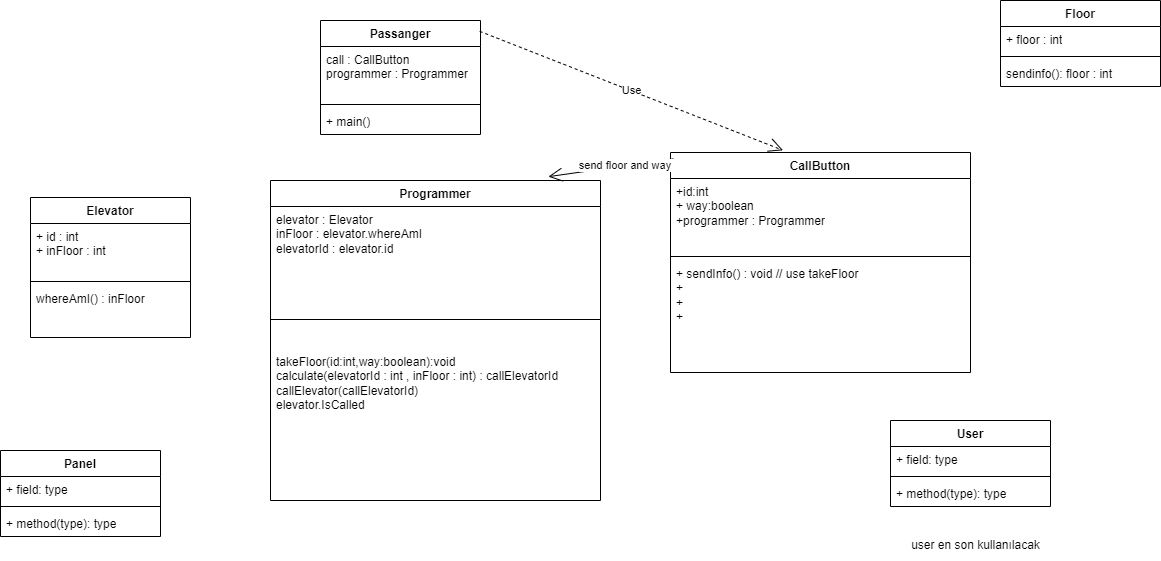
This is elevator similation.drawio.png from orhanozyurtt/UML-FILES, a draw.io export, as it was before one commit. Source tidied: cells renumbered, new cells last; positions are measured from the earlier drawing's top-left corner, leaving out a move shared by most shapes.
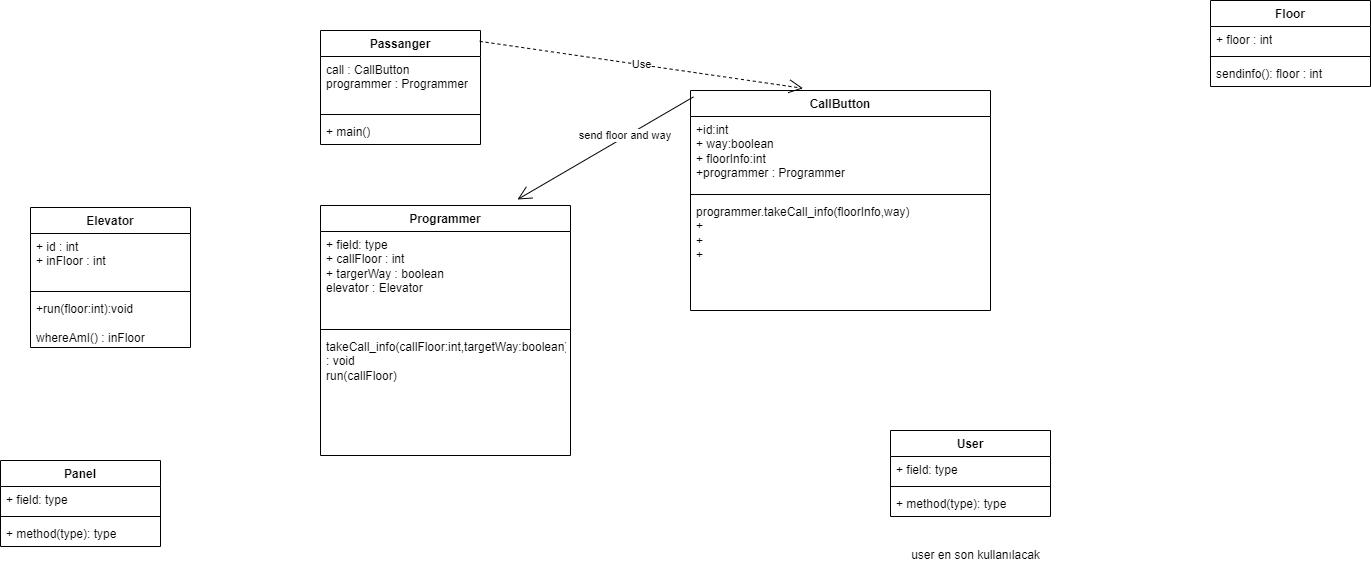
After the commit.

The edit, as a diff of the source:
```diff
@@ -2,18 +2,6 @@
   <root>
     <mxCell id="0" />
     <mxCell id="1" parent="0" />
-    <mxCell id="2" value="Programmer" style="swimlane;fontStyle=1;align=center;verticalAlign=top;horizontal=1;startSize=26;whiteSpace=wrap;html=1;" parent="1" vertex="1">
-      <mxGeometry x="270" y="180" width="330" height="320" as="geometry" />
-    </mxCell>
-    <mxCell id="3" value="elevator : Elevator&lt;br&gt;inFloor : elevator.whereAmI&lt;br&gt;elevatorId : elevator.id" style="text;strokeColor=none;fillColor=none;align=left;verticalAlign=top;spacingLeft=4;spacingRight=4;overflow=hidden;whiteSpace=wrap;html=1;" parent="2" vertex="1">
-      <mxGeometry y="26" width="330" height="84" as="geometry" />
-    </mxCell>
-    <mxCell id="4" style="line;strokeWidth=1;fillColor=none;align=left;verticalAlign=middle;spacingTop=-1;spacingLeft=3;spacingRight=3;labelPosition=right;strokeColor=inherit;" parent="2" vertex="1">
-      <mxGeometry y="110" width="330" height="58" as="geometry" />
-    </mxCell>
-    <mxCell id="5" value="takeFloor(id:int,way:boolean):void&lt;br&gt;calculate(elevatorId : int , inFloor : int) : callElevatorId&lt;br&gt;callElevator(callElevatorId)&lt;br&gt;elevator.IsCalled" style="text;strokeColor=none;fillColor=none;align=left;verticalAlign=top;spacingLeft=4;spacingRight=4;overflow=hidden;whiteSpace=wrap;html=1;" parent="2" vertex="1">
-      <mxGeometry y="168" width="330" height="152" as="geometry" />
-    </mxCell>
     <mxCell id="6" value="Panel" style="swimlane;fontStyle=1;align=center;verticalAlign=top;horizontal=1;startSize=26;whiteSpace=wrap;html=1;" parent="1" vertex="1">
       <mxGeometry y="450" width="160" height="86" as="geometry" />
     </mxCell>
@@ -35,7 +23,7 @@
     <mxCell id="12" style="line;strokeWidth=1;fillColor=none;align=left;verticalAlign=middle;spacingTop=-1;spacingLeft=3;spacingRight=3;labelPosition=right;strokeColor=inherit;" parent="10" vertex="1">
       <mxGeometry y="80" width="160" height="8" as="geometry" />
     </mxCell>
-    <mxCell id="13" value="whereAmI() : inFloor&lt;br&gt;" style="text;strokeColor=none;fillColor=none;align=left;verticalAlign=top;spacingLeft=4;spacingRight=4;overflow=hidden;whiteSpace=wrap;html=1;" parent="10" vertex="1">
+    <mxCell id="13" value="+run(floor:int):void&lt;br&gt;&lt;br&gt;whereAmI() : inFloor" style="text;strokeColor=none;fillColor=none;align=left;verticalAlign=top;spacingLeft=4;spacingRight=4;overflow=hidden;whiteSpace=wrap;html=1;" parent="10" vertex="1">
       <mxGeometry y="88" width="160" height="52" as="geometry" />
     </mxCell>
     <mxCell id="14" value="Passanger" style="swimlane;fontStyle=1;align=center;verticalAlign=top;horizontal=1;startSize=26;whiteSpace=wrap;html=1;" parent="1" vertex="1">
@@ -66,18 +54,18 @@
       <mxGeometry x="900" y="530" width="150" height="30" as="geometry" />
     </mxCell>
     <mxCell id="23" value="CallButton" style="swimlane;fontStyle=1;align=center;verticalAlign=top;horizontal=1;startSize=26;whiteSpace=wrap;html=1;" parent="1" vertex="1">
-      <mxGeometry x="670" y="152" width="300" height="220" as="geometry" />
+      <mxGeometry x="690" y="80" width="300" height="220" as="geometry" />
     </mxCell>
-    <mxCell id="24" value="+id:int&lt;br&gt;+ way:boolean&lt;br&gt;+programmer : Programmer" style="text;strokeColor=none;fillColor=none;align=left;verticalAlign=top;spacingLeft=4;spacingRight=4;overflow=hidden;whiteSpace=wrap;html=1;" parent="23" vertex="1">
+    <mxCell id="24" value="+id:int&lt;br&gt;+ way:boolean&lt;br&gt;+ floorInfo:int&lt;br&gt;+programmer : Programmer" style="text;strokeColor=none;fillColor=none;align=left;verticalAlign=top;spacingLeft=4;spacingRight=4;overflow=hidden;whiteSpace=wrap;html=1;" parent="23" vertex="1">
       <mxGeometry y="26" width="300" height="74" as="geometry" />
     </mxCell>
     <mxCell id="25" style="line;strokeWidth=1;fillColor=none;align=left;verticalAlign=middle;spacingTop=-1;spacingLeft=3;spacingRight=3;labelPosition=right;strokeColor=inherit;" parent="23" vertex="1">
       <mxGeometry y="100" width="300" height="8" as="geometry" />
     </mxCell>
-    <mxCell id="26" value="+ sendInfo() : void // use takeFloor&amp;nbsp;&lt;br&gt;+&amp;nbsp;&lt;br&gt;+&lt;br&gt;+" style="text;strokeColor=none;fillColor=none;align=left;verticalAlign=top;spacingLeft=4;spacingRight=4;overflow=hidden;whiteSpace=wrap;html=1;" parent="23" vertex="1">
+    <mxCell id="26" value="programmer.takeCall_info(floorInfo,way)&amp;nbsp; &amp;nbsp;&lt;br&gt;+&amp;nbsp;&lt;br&gt;+&lt;br&gt;+" style="text;strokeColor=none;fillColor=none;align=left;verticalAlign=top;spacingLeft=4;spacingRight=4;overflow=hidden;whiteSpace=wrap;html=1;" parent="23" vertex="1">
       <mxGeometry y="108" width="300" height="112" as="geometry" />
     </mxCell>
-    <mxCell id="27" style="endArrow=open;endFill=1;endSize=12;html=1;rounded=0;exitX=0.01;exitY=0.029;exitDx=0;exitDy=0;exitPerimeter=0;entryX=0.842;entryY=-0.012;entryDx=0;entryDy=0;entryPerimeter=0;" parent="1" edge="1" source="23" target="2">
+    <mxCell id="27" style="endArrow=open;endFill=1;endSize=12;html=1;rounded=0;exitX=0.01;exitY=0.029;exitDx=0;exitDy=0;exitPerimeter=0;entryX=0.788;entryY=-0.024;entryDx=0;entryDy=0;entryPerimeter=0;" parent="1" edge="1" source="23" target="2">
       <mxGeometry relative="1" as="geometry" />
     </mxCell>
     <mxCell id="28" value="send floor and way&amp;nbsp;" style="edgeLabel;html=1;align=center;verticalAlign=middle;" parent="27" vertex="1">
@@ -87,7 +75,7 @@
       <mxGeometry relative="1" as="geometry" />
     </mxCell>
     <mxCell id="30" value="Floor" style="swimlane;fontStyle=1;align=center;verticalAlign=top;horizontal=1;startSize=26;whiteSpace=wrap;html=1;" parent="1" vertex="1">
-      <mxGeometry x="1000" width="160" height="86" as="geometry" />
+      <mxGeometry x="1210" y="-10" width="160" height="86" as="geometry" />
     </mxCell>
     <mxCell id="31" value="+ floor : int" style="text;strokeColor=none;fillColor=none;align=left;verticalAlign=top;spacingLeft=4;spacingRight=4;overflow=hidden;whiteSpace=wrap;html=1;" parent="30" vertex="1">
       <mxGeometry y="26" width="160" height="26" as="geometry" />
@@ -98,5 +86,17 @@
     <mxCell id="33" value="sendinfo(): floor : int&amp;nbsp;" style="text;strokeColor=none;fillColor=none;align=left;verticalAlign=top;spacingLeft=4;spacingRight=4;overflow=hidden;whiteSpace=wrap;html=1;" parent="30" vertex="1">
       <mxGeometry y="60" width="160" height="26" as="geometry" />
     </mxCell>
+    <mxCell id="2" value="Programmer" style="swimlane;fontStyle=1;align=center;verticalAlign=top;horizontal=1;startSize=26;whiteSpace=wrap;html=1;" parent="1" vertex="1">
+      <mxGeometry x="320" y="195" width="250" height="250" as="geometry" />
+    </mxCell>
+    <mxCell id="34" value="+ field: type&lt;br&gt;+ callFloor : int&amp;nbsp;&lt;br&gt;+ targerWay : boolean&lt;br&gt;elevator : Elevator" style="text;strokeColor=none;fillColor=none;align=left;verticalAlign=top;spacingLeft=4;spacingRight=4;overflow=hidden;whiteSpace=wrap;html=1;" parent="2" vertex="1">
+      <mxGeometry y="26" width="250" height="94" as="geometry" />
+    </mxCell>
+    <mxCell id="35" style="line;strokeWidth=1;fillColor=none;align=left;verticalAlign=middle;spacingTop=-1;spacingLeft=3;spacingRight=3;labelPosition=right;strokeColor=inherit;" parent="2" vertex="1">
+      <mxGeometry y="120" width="250" height="8" as="geometry" />
+    </mxCell>
+    <mxCell id="36" value="takeCall_info(callFloor:int,targetWay:boolean) : void&lt;br&gt;run(callFloor)" style="text;strokeColor=none;fillColor=none;align=left;verticalAlign=top;spacingLeft=4;spacingRight=4;overflow=hidden;whiteSpace=wrap;html=1;" parent="2" vertex="1">
+      <mxGeometry y="128" width="250" height="122" as="geometry" />
+    </mxCell>
   </root>
 </mxGraphModel>
```
